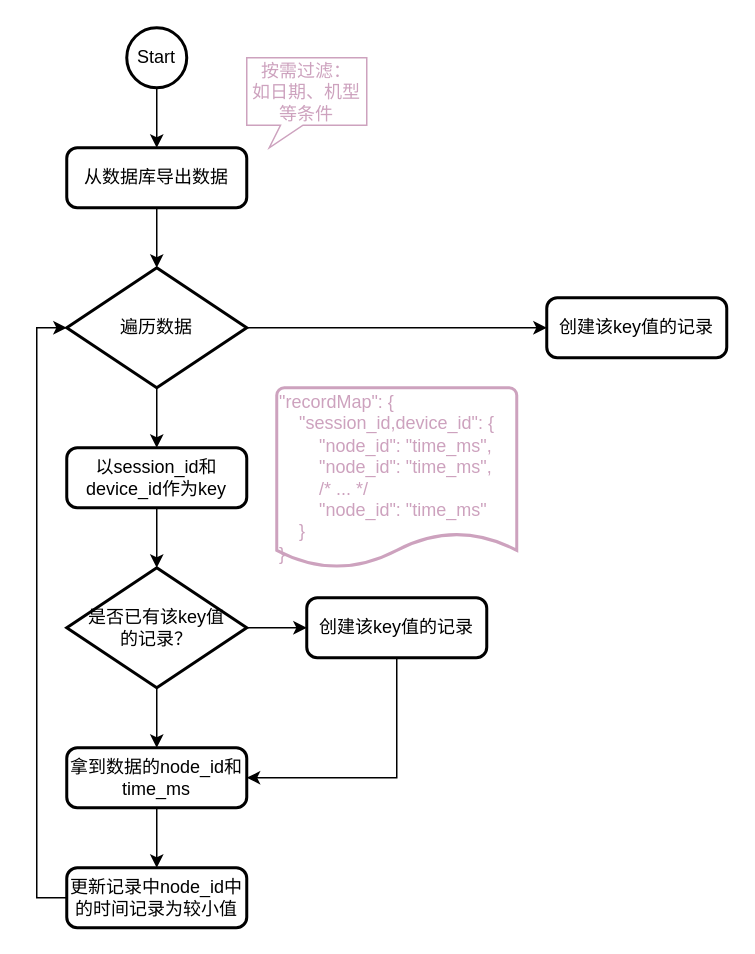
Cmdone/Draw.io keeps this draw.io diagram as 启动监控数据流程.drawio. Above is the earlier version. Source tidied: cells renumbered, new cells numbered last; positions are measured from the earlier drawing's top-left corner, leaving out a move shared by most shapes. Both pictures are drawn from the tidied source at 150%, with x=0, y=0 at pixel (66, 27).
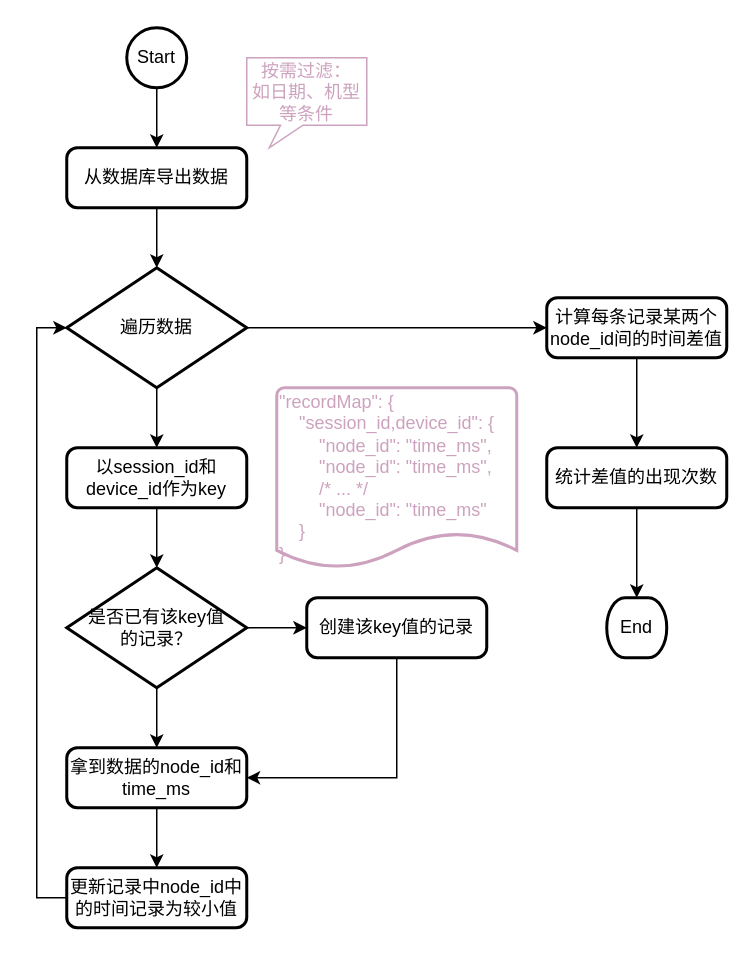
Above is the later version.

Commit message (it also covers changes not shown here):
Update 启动监控数据流程.drawio

Change to the diagram source:
```diff
@@
+    <mxCell id="23" style="edgeStyle=orthogonalEdgeStyle;rounded=0;jettySize=auto;html=1;exitX=0.5;exitY=1;exitDx=0;exitDy=0;entryX=0.5;entryY=0;entryDx=0;entryDy=0;" parent="1" edge="1" source="21" target="25">
+      <mxGeometry relative="1" as="geometry" />
+    </mxCell>
-    <mxCell id="21" value="创建该key值的记录" style="rounded=1;whiteSpace=wrap;html=1;absoluteArcSize=1;arcSize=14;strokeWidth=2;fillColor=none;" parent="1" vertex="1">
+    <mxCell id="21" value="计算每条记录某两个node_id间的时间差值" style="rounded=1;whiteSpace=wrap;html=1;absoluteArcSize=1;arcSize=14;strokeWidth=2;fillColor=none;" parent="1" vertex="1">
       <mxGeometry x="320" y="180" width="120" height="40" as="geometry" />
     </mxCell>
@@
+    <mxCell id="24" style="edgeStyle=orthogonalEdgeStyle;rounded=0;jettySize=auto;html=1;exitX=0.5;exitY=1;exitDx=0;exitDy=0;entryX=0.5;entryY=0;entryDx=0;entryDy=0;entryPerimeter=0;" parent="1" edge="1" source="25" target="26">
+      <mxGeometry relative="1" as="geometry" />
+    </mxCell>
+    <mxCell id="25" value="统计差值的出现次数" style="rounded=1;whiteSpace=wrap;html=1;absoluteArcSize=1;arcSize=14;strokeWidth=2;fillColor=none;" parent="1" vertex="1">
+      <mxGeometry x="320" y="280" width="120" height="40" as="geometry" />
+    </mxCell>
+    <mxCell id="26" value="End" style="strokeWidth=2;html=1;shape=mxgraph.flowchart.terminator;whiteSpace=wrap;fillColor=none;" parent="1" vertex="1">
+      <mxGeometry x="360" y="380" width="40" height="40" as="geometry" />
+    </mxCell>
```
